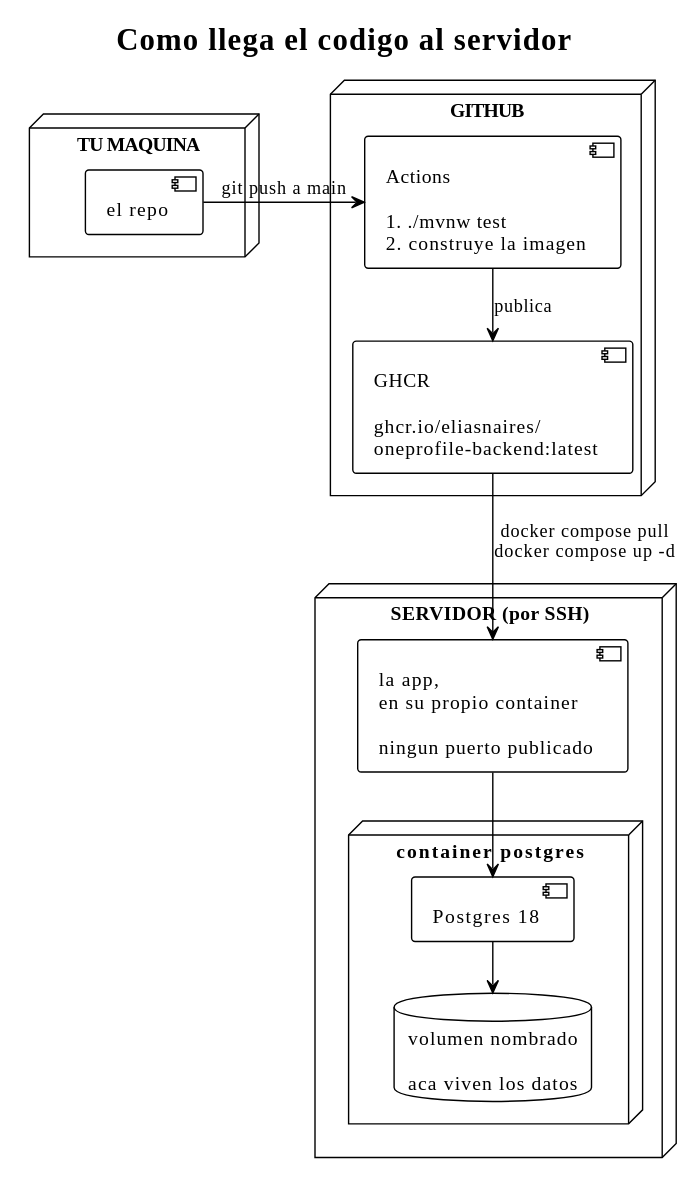
This is docs/para-humanos/diagramas/despliegue.svg from EliasNAires/oneprofile, a PlantUML export, as it was before one commit.
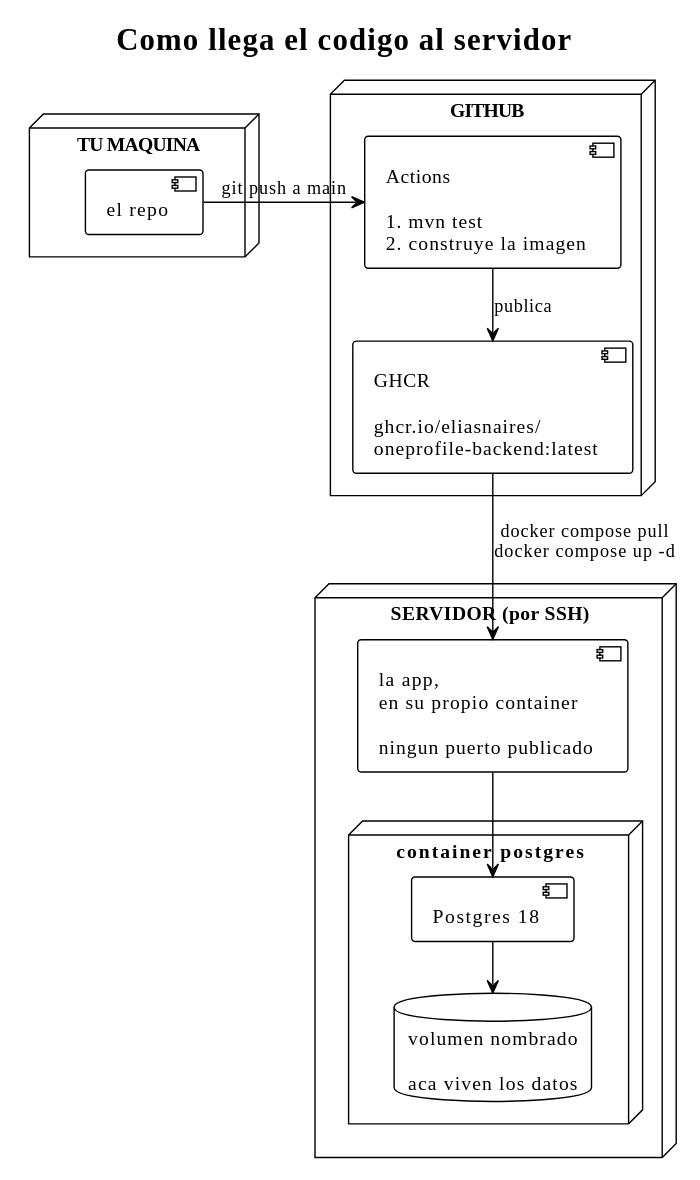
The same diagram one commit later.

What changed in the source:
```diff
@@ -11,7 +11,7 @@
 }
 
 node "GITHUB" as gh {
-  component "Actions\n\n1. ./mvnw test\n2. construye la imagen" as actions
+  component "Actions\n\n1. mvn test\n2. construye la imagen" as actions
   component "GHCR\n\nghcr.io/eliasnaires/\noneprofile-backend:latest" as ghcr
   actions -down-> ghcr : publica
 }
```
